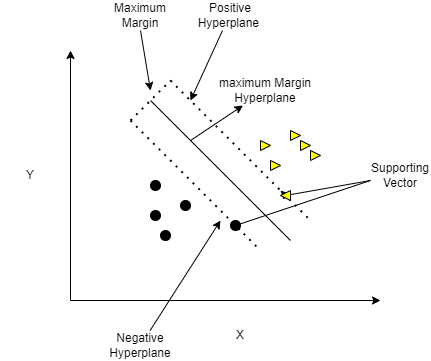
The draw.io diagram Untitled Diagram.drawio.png in skaiphd/2022-ML, before a commit. Source tidied: cells renumbered, new cells last; positions are measured from the earlier drawing's top-left corner, leaving out a move shared by most shapes. Source of this version:
```xml
<mxGraphModel>
  <root>
    <mxCell id="0" />
    <mxCell id="1" parent="0" />
    <mxCell id="2" style="endArrow=classic;html=1;rounded=0;" parent="1" edge="1">
      <mxGeometry relative="1" as="geometry">
        <mxPoint x="70" y="300" as="sourcePoint" />
        <mxPoint x="70" y="50" as="targetPoint" />
      </mxGeometry>
    </mxCell>
    <mxCell id="3" style="endArrow=classic;html=1;rounded=0;" parent="1" edge="1">
      <mxGeometry relative="1" as="geometry">
        <mxPoint x="70" y="300" as="sourcePoint" />
        <mxPoint x="380" y="300" as="targetPoint" />
      </mxGeometry>
    </mxCell>
    <mxCell id="4" style="endArrow=none;html=1;rounded=0;" parent="1" edge="1">
      <mxGeometry relative="1" as="geometry">
        <mxPoint x="290" y="240" as="sourcePoint" />
        <mxPoint x="150" y="100" as="targetPoint" />
      </mxGeometry>
    </mxCell>
    <mxCell id="5" style="endArrow=none;dashed=1;html=1;dashPattern=1 3;strokeWidth=2;rounded=0;" parent="1" edge="1">
      <mxGeometry relative="1" as="geometry">
        <mxPoint x="130" y="120" as="sourcePoint" />
        <mxPoint x="260" y="250" as="targetPoint" />
      </mxGeometry>
    </mxCell>
    <mxCell id="6" style="endArrow=none;dashed=1;html=1;dashPattern=1 3;strokeWidth=2;rounded=0;" parent="1" edge="1">
      <mxGeometry relative="1" as="geometry">
        <mxPoint x="170" y="80" as="sourcePoint" />
        <mxPoint x="310" y="220" as="targetPoint" />
        <Array as="points">
          <mxPoint x="240" y="150" />
        </Array>
      </mxGeometry>
    </mxCell>
    <mxCell id="7" value="Y" style="text;html=1;strokeColor=none;fillColor=none;align=center;verticalAlign=middle;whiteSpace=wrap;rounded=0;" parent="1" vertex="1">
      <mxGeometry y="160" width="60" height="30" as="geometry" />
    </mxCell>
    <mxCell id="8" value="X" style="text;html=1;strokeColor=none;fillColor=none;align=center;verticalAlign=middle;whiteSpace=wrap;rounded=0;" parent="1" vertex="1">
      <mxGeometry x="210" y="320" width="60" height="30" as="geometry" />
    </mxCell>
    <mxCell id="9" value="Maximum Margin" style="text;html=1;strokeColor=none;fillColor=none;align=center;verticalAlign=middle;whiteSpace=wrap;rounded=0;" parent="1" vertex="1">
      <mxGeometry x="110" width="60" height="30" as="geometry" />
    </mxCell>
    <mxCell id="10" style="endArrow=classic;html=1;rounded=0;exitX=0.5;exitY=1;exitDx=0;exitDy=0;" parent="1" edge="1" source="9">
      <mxGeometry relative="1" as="geometry">
        <mxPoint x="150" y="90" as="targetPoint" />
      </mxGeometry>
    </mxCell>
    <mxCell id="11" style="endArrow=none;dashed=1;html=1;dashPattern=1 3;strokeWidth=2;rounded=0;" parent="1" edge="1">
      <mxGeometry relative="1" as="geometry">
        <mxPoint x="130" y="120" as="sourcePoint" />
        <mxPoint x="170" y="80" as="targetPoint" />
      </mxGeometry>
    </mxCell>
    <mxCell id="12" style="endArrow=classic;html=1;rounded=0;startArrow=none;" parent="1" edge="1" source="29">
      <mxGeometry relative="1" as="geometry">
        <mxPoint x="280" y="190" as="targetPoint" />
      </mxGeometry>
    </mxCell>
    <mxCell id="13" style="endArrow=classic;html=1;rounded=0;startArrow=none;" parent="1" edge="1" source="26">
      <mxGeometry relative="1" as="geometry">
        <mxPoint x="240" y="230" as="targetPoint" />
      </mxGeometry>
    </mxCell>
    <mxCell id="14" value="Supporting Vector" style="text;html=1;strokeColor=none;fillColor=none;align=center;verticalAlign=middle;whiteSpace=wrap;rounded=0;" parent="1" vertex="1">
      <mxGeometry x="370" y="160" width="60" height="30" as="geometry" />
    </mxCell>
    <mxCell id="15" style="endArrow=classic;html=1;rounded=0;" parent="1" edge="1" target="16">
      <mxGeometry relative="1" as="geometry">
        <mxPoint x="190" y="140" as="sourcePoint" />
      </mxGeometry>
    </mxCell>
    <mxCell id="16" value="maximum Margin Hyperplane" style="text;html=1;strokeColor=none;fillColor=none;align=center;verticalAlign=middle;whiteSpace=wrap;rounded=0;" parent="1" vertex="1">
      <mxGeometry x="210" y="75" width="110" height="30" as="geometry" />
    </mxCell>
    <mxCell id="17" style="ellipse;whiteSpace=wrap;html=1;fillColor=#000000;" parent="1" vertex="1">
      <mxGeometry x="150" y="180" width="10" height="10" as="geometry" />
    </mxCell>
    <mxCell id="18" style="edgeStyle=orthogonalEdgeStyle;rounded=0;orthogonalLoop=1;jettySize=auto;html=1;exitX=0;exitY=1;exitDx=0;exitDy=0;entryX=0.5;entryY=0;entryDx=0;entryDy=0;" parent="1" edge="1" source="17" target="17">
      <mxGeometry relative="1" as="geometry" />
    </mxCell>
    <mxCell id="19" style="ellipse;whiteSpace=wrap;html=1;fillColor=#000000;" parent="1" vertex="1">
      <mxGeometry x="180" y="200" width="10" height="10" as="geometry" />
    </mxCell>
    <mxCell id="20" style="ellipse;whiteSpace=wrap;html=1;fillColor=#000000;" parent="1" vertex="1">
      <mxGeometry x="150" y="210" width="10" height="10" as="geometry" />
    </mxCell>
    <mxCell id="21" style="ellipse;whiteSpace=wrap;html=1;fillColor=#000000;" parent="1" vertex="1">
      <mxGeometry x="160" y="230" width="10" height="10" as="geometry" />
    </mxCell>
    <mxCell id="22" style="triangle;whiteSpace=wrap;html=1;fillColor=#FFFF00;" parent="1" vertex="1">
      <mxGeometry x="260" y="140" width="10" height="10" as="geometry" />
    </mxCell>
    <mxCell id="23" style="triangle;whiteSpace=wrap;html=1;fillColor=#FFFF00;" parent="1" vertex="1">
      <mxGeometry x="270" y="160" width="10" height="10" as="geometry" />
    </mxCell>
    <mxCell id="24" style="triangle;whiteSpace=wrap;html=1;fillColor=#FFFF00;" parent="1" vertex="1">
      <mxGeometry x="290" y="130" width="10" height="10" as="geometry" />
    </mxCell>
    <mxCell id="25" style="triangle;whiteSpace=wrap;html=1;fillColor=#FFFF00;" parent="1" vertex="1">
      <mxGeometry x="300" y="140" width="10" height="10" as="geometry" />
    </mxCell>
    <mxCell id="26" style="ellipse;whiteSpace=wrap;html=1;fillColor=#000000;" parent="1" vertex="1">
      <mxGeometry x="230" y="220" width="10" height="10" as="geometry" />
    </mxCell>
    <mxCell id="27" style="endArrow=none;html=1;rounded=0;" parent="1" edge="1" target="26">
      <mxGeometry relative="1" as="geometry">
        <mxPoint x="370" y="180" as="sourcePoint" />
      </mxGeometry>
    </mxCell>
    <mxCell id="28" style="triangle;whiteSpace=wrap;html=1;fillColor=#FFFF00;" parent="1" vertex="1">
      <mxGeometry x="310" y="150" width="10" height="10" as="geometry" />
    </mxCell>
    <mxCell id="29" style="triangle;whiteSpace=wrap;html=1;fillColor=#FFFF00;direction=west;" parent="1" vertex="1">
      <mxGeometry x="280" y="190" width="10" height="10" as="geometry" />
    </mxCell>
    <mxCell id="30" style="endArrow=none;html=1;rounded=0;" parent="1" edge="1" target="29">
      <mxGeometry relative="1" as="geometry">
        <mxPoint x="370" y="180" as="sourcePoint" />
      </mxGeometry>
    </mxCell>
    <mxCell id="31" value="Negative Hyperplane" style="text;html=1;strokeColor=none;fillColor=none;align=center;verticalAlign=middle;whiteSpace=wrap;rounded=0;" parent="1" vertex="1">
      <mxGeometry x="110" y="330" width="60" height="30" as="geometry" />
    </mxCell>
    <mxCell id="32" style="endArrow=classic;html=1;rounded=0;" parent="1" edge="1" source="31">
      <mxGeometry relative="1" as="geometry">
        <mxPoint x="220" y="220" as="targetPoint" />
      </mxGeometry>
    </mxCell>
    <mxCell id="33" value="Positive Hyperplane&amp;nbsp;" style="text;html=1;strokeColor=none;fillColor=none;align=center;verticalAlign=middle;whiteSpace=wrap;rounded=0;" parent="1" vertex="1">
      <mxGeometry x="200" width="60" height="30" as="geometry" />
    </mxCell>
    <mxCell id="34" style="endArrow=classic;html=1;rounded=0;exitX=0.367;exitY=1;exitDx=0;exitDy=0;exitPerimeter=0;" parent="1" edge="1" source="33">
      <mxGeometry relative="1" as="geometry">
        <mxPoint x="190" y="100" as="targetPoint" />
      </mxGeometry>
    </mxCell>
  </root>
</mxGraphModel>
```
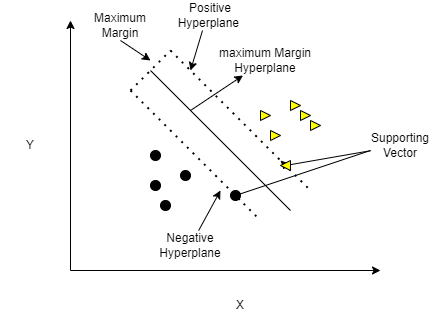
After the change.

Diff of the diagram source:
```diff
@@ -42,7 +42,7 @@
       <mxGeometry x="210" y="320" width="60" height="30" as="geometry" />
     </mxCell>
     <mxCell id="9" value="Maximum Margin" style="text;html=1;strokeColor=none;fillColor=none;align=center;verticalAlign=middle;whiteSpace=wrap;rounded=0;" parent="1" vertex="1">
-      <mxGeometry x="110" width="60" height="30" as="geometry" />
+      <mxGeometry x="90" y="40" width="60" height="30" as="geometry" />
     </mxCell>
     <mxCell id="10" style="endArrow=classic;html=1;rounded=0;exitX=0.5;exitY=1;exitDx=0;exitDy=0;" parent="1" edge="1" source="9">
       <mxGeometry relative="1" as="geometry">
@@ -65,9 +65,6 @@
         <mxPoint x="240" y="230" as="targetPoint" />
       </mxGeometry>
     </mxCell>
-    <mxCell id="14" value="Supporting Vector" style="text;html=1;strokeColor=none;fillColor=none;align=center;verticalAlign=middle;whiteSpace=wrap;rounded=0;" parent="1" vertex="1">
-      <mxGeometry x="370" y="160" width="60" height="30" as="geometry" />
-    </mxCell>
     <mxCell id="15" style="endArrow=classic;html=1;rounded=0;" parent="1" edge="1" target="16">
       <mxGeometry relative="1" as="geometry">
         <mxPoint x="190" y="140" as="sourcePoint" />
@@ -117,13 +114,11 @@
     <mxCell id="29" style="triangle;whiteSpace=wrap;html=1;fillColor=#FFFF00;direction=west;" parent="1" vertex="1">
       <mxGeometry x="280" y="190" width="10" height="10" as="geometry" />
     </mxCell>
-    <mxCell id="30" style="endArrow=none;html=1;rounded=0;" parent="1" edge="1" target="29">
-      <mxGeometry relative="1" as="geometry">
-        <mxPoint x="370" y="180" as="sourcePoint" />
-      </mxGeometry>
+    <mxCell id="30" style="endArrow=none;html=1;rounded=0;startArrow=none;" parent="1" edge="1" source="14" target="29">
+      <mxGeometry relative="1" as="geometry" />
     </mxCell>
     <mxCell id="31" value="Negative Hyperplane" style="text;html=1;strokeColor=none;fillColor=none;align=center;verticalAlign=middle;whiteSpace=wrap;rounded=0;" parent="1" vertex="1">
-      <mxGeometry x="110" y="330" width="60" height="30" as="geometry" />
+      <mxGeometry x="160" y="260" width="60" height="30" as="geometry" />
     </mxCell>
     <mxCell id="32" style="endArrow=classic;html=1;rounded=0;" parent="1" edge="1" source="31">
       <mxGeometry relative="1" as="geometry">
@@ -131,12 +126,20 @@
       </mxGeometry>
     </mxCell>
     <mxCell id="33" value="Positive Hyperplane&amp;nbsp;" style="text;html=1;strokeColor=none;fillColor=none;align=center;verticalAlign=middle;whiteSpace=wrap;rounded=0;" parent="1" vertex="1">
-      <mxGeometry x="200" width="60" height="30" as="geometry" />
+      <mxGeometry x="180" y="30" width="60" height="30" as="geometry" />
     </mxCell>
     <mxCell id="34" style="endArrow=classic;html=1;rounded=0;exitX=0.367;exitY=1;exitDx=0;exitDy=0;exitPerimeter=0;" parent="1" edge="1" source="33">
       <mxGeometry relative="1" as="geometry">
         <mxPoint x="190" y="100" as="targetPoint" />
       </mxGeometry>
     </mxCell>
+    <mxCell id="14" value="Supporting Vector" style="text;html=1;strokeColor=none;fillColor=none;align=center;verticalAlign=middle;whiteSpace=wrap;rounded=0;" parent="1" vertex="1">
+      <mxGeometry x="370" y="160" width="60" height="30" as="geometry" />
+    </mxCell>
+    <mxCell id="35" style="endArrow=none;html=1;rounded=0;" parent="1" edge="1" target="14">
+      <mxGeometry relative="1" as="geometry">
+        <mxPoint x="370" y="180" as="sourcePoint" />
+      </mxGeometry>
+    </mxCell>
   </root>
 </mxGraphModel>
```
